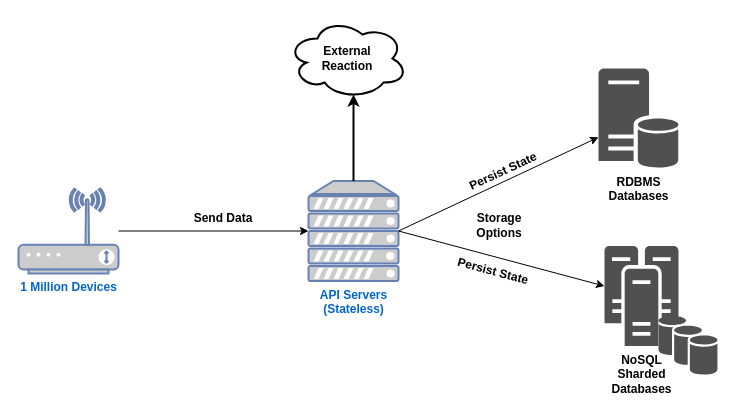
Above: page "Traditional Approach" (3 of 5) of diagrams.drawio in parameshg/orleans-prototype (draw.io), before the change. Source tidied: cells renumbered, new cells numbered last; positions are measured from the earlier drawing's top-left corner, leaving out a move shared by most shapes. Both pictures are drawn from the tidied source at 100%, with x=0, y=0 at pixel (18, 18).
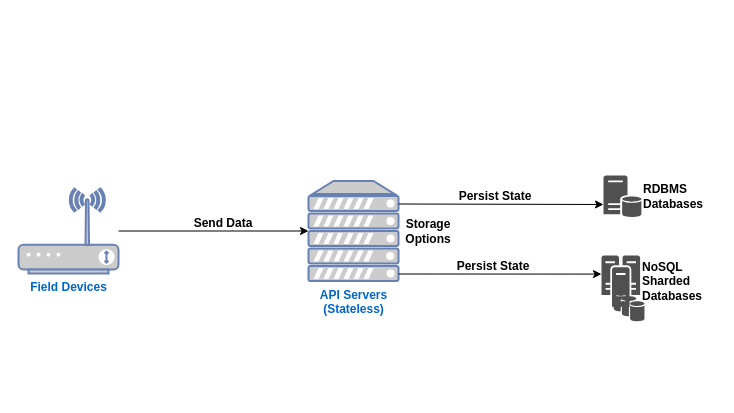
The same page after the edit.

Diff of the diagram source:
```diff
@@
 <mxGraphModel>
   <root>
     <mxCell id="0" />
     <mxCell id="1" parent="0" />
-    <mxCell id="2" value="&lt;b&gt;1 Million Devices&lt;/b&gt;" style="fontColor=#0066CC;verticalAlign=top;verticalLabelPosition=bottom;labelPosition=center;align=center;html=1;outlineConnect=0;fillColor=#CCCCCC;strokeColor=#6881B3;gradientColor=none;gradientDirection=north;strokeWidth=2;shape=mxgraph.networks.wireless_modem;" parent="1" vertex="1">
+    <mxCell id="2" value="&lt;b&gt;Field Devices&lt;/b&gt;" style="fontColor=#0066CC;verticalAlign=top;verticalLabelPosition=bottom;labelPosition=center;align=center;html=1;outlineConnect=0;fillColor=#CCCCCC;strokeColor=#6881B3;gradientColor=none;gradientDirection=north;strokeWidth=2;shape=mxgraph.networks.wireless_modem;" parent="1" vertex="1">
       <mxGeometry y="170" width="100" height="85" as="geometry" />
     </mxCell>
     <mxCell id="3" value="&lt;b&gt;API Servers&lt;br&gt;(&lt;/b&gt;&lt;b&gt;Stateless&lt;/b&gt;&lt;b&gt;)&lt;br&gt;&lt;/b&gt;" style="fontColor=#0066CC;verticalAlign=top;verticalLabelPosition=bottom;labelPosition=center;align=center;html=1;outlineConnect=0;fillColor=#CCCCCC;strokeColor=#6881B3;gradientColor=none;gradientDirection=north;strokeWidth=2;shape=mxgraph.networks.server;" parent="1" vertex="1">
       <mxGeometry x="290" y="162.5" width="90" height="100" as="geometry" />
     </mxCell>
-    <mxCell id="4" value="&lt;b&gt;RDBMS&lt;br&gt;Databases&lt;/b&gt;" style="shadow=0;dashed=0;html=1;strokeColor=none;fillColor=#505050;labelPosition=center;verticalLabelPosition=bottom;verticalAlign=top;outlineConnect=0;align=center;shape=mxgraph.office.databases.database_server;" parent="1" vertex="1">
-      <mxGeometry x="580" y="50" width="80" height="100" as="geometry" />
+    <mxCell id="4" value="&lt;b&gt;RDBMS&lt;br&gt;Databases&lt;/b&gt;" style="shadow=0;dashed=0;html=1;strokeColor=none;fillColor=#505050;labelPosition=right;verticalLabelPosition=middle;verticalAlign=middle;outlineConnect=0;align=left;shape=mxgraph.office.databases.database_server;" parent="1" vertex="1">
+      <mxGeometry x="585" y="157" width="38" height="42" as="geometry" />
     </mxCell>
-    <mxCell id="5" style="group;" parent="1" vertex="1">
-      <mxGeometry x="586" y="227.5" width="113" height="129" as="geometry" />
-    </mxCell>
-    <mxCell id="6" style="shadow=0;dashed=0;html=1;strokeColor=none;fillColor=#505050;labelPosition=center;verticalLabelPosition=bottom;verticalAlign=top;align=center;shape=mxgraph.office.databases.database_availability_group;" parent="5" vertex="1">
-      <mxGeometry x="54" y="70" width="59" height="59" as="geometry" />
-    </mxCell>
-    <mxCell id="7" value="&lt;b&gt;NoSQL&lt;br&gt;Sharded&lt;br&gt;Databases&lt;/b&gt;" style="shadow=0;dashed=0;html=1;strokeColor=none;fillColor=#505050;labelPosition=center;verticalLabelPosition=bottom;verticalAlign=top;outlineConnect=0;align=center;shape=mxgraph.office.servers.cluster_server;" parent="5" vertex="1">
-      <mxGeometry width="74" height="100" as="geometry" />
-    </mxCell>
     <mxCell id="8" style="endArrow=classic;html=1;entryX=0;entryY=0.5;entryDx=0;entryDy=0;entryPerimeter=0;" parent="1" edge="1" source="2" target="3">
       <mxGeometry relative="1" as="geometry" />
     </mxCell>
-    <mxCell id="9" style="endArrow=classic;html=1;strokeColor=#000000;exitX=1;exitY=0.5;exitDx=0;exitDy=0;exitPerimeter=0;" parent="1" edge="1" source="3" target="4">
-      <mxGeometry relative="1" as="geometry" />
+    <mxCell id="9" style="endArrow=classic;html=1;strokeColor=#000000;exitX=1;exitY=0.15;exitDx=0;exitDy=0;exitPerimeter=0;" parent="1" edge="1">
+      <mxGeometry relative="1" as="geometry">
+        <mxPoint x="380" y="185.5" as="sourcePoint" />
+        <mxPoint x="585" y="186" as="targetPoint" />
+      </mxGeometry>
     </mxCell>
-    <mxCell id="10" style="endArrow=classic;html=1;strokeColor=#000000;exitX=1;exitY=0.5;exitDx=0;exitDy=0;exitPerimeter=0;" parent="1" edge="1" source="3" target="7">
-      <mxGeometry relative="1" as="geometry" />
+    <mxCell id="10" style="endArrow=classic;html=1;strokeColor=#000000;exitX=1;exitY=1;exitDx=0;exitDy=0;exitPerimeter=0;" parent="1" edge="1">
+      <mxGeometry relative="1" as="geometry">
+        <mxPoint x="380" y="255.5" as="sourcePoint" />
+        <mxPoint x="583" y="255.6" as="targetPoint" />
+      </mxGeometry>
     </mxCell>
-    <mxCell id="11" value="&lt;b&gt;External&lt;br&gt;Reaction&lt;/b&gt;" style="ellipse;shape=cloud;whiteSpace=wrap;html=1;strokeWidth=2;" parent="1" vertex="1">
-      <mxGeometry x="269" width="120" height="80" as="geometry" />
-    </mxCell>
-    <mxCell id="12" style="endArrow=classic;html=1;strokeColor=#000000;exitX=0.5;exitY=0;exitDx=0;exitDy=0;exitPerimeter=0;entryX=0.55;entryY=0.95;entryDx=0;entryDy=0;entryPerimeter=0;strokeWidth=2;" parent="1" edge="1" source="3" target="11">
-      <mxGeometry relative="1" as="geometry" />
-    </mxCell>
     <mxCell id="13" value="Send Data" style="text;html=1;strokeColor=none;fillColor=none;align=center;verticalAlign=middle;whiteSpace=wrap;rounded=0;fontStyle=1;" parent="1" vertex="1">
-      <mxGeometry x="170" y="190" width="70" height="20" as="geometry" />
+      <mxGeometry x="170" y="195" width="70" height="20" as="geometry" />
     </mxCell>
     <mxCell id="14" value="Storage&lt;br&gt;Options" style="text;html=1;strokeColor=none;fillColor=none;align=center;verticalAlign=middle;whiteSpace=wrap;rounded=0;fontStyle=1;" parent="1" vertex="1">
-      <mxGeometry x="461" y="196.5" width="40" height="20" as="geometry" />
+      <mxGeometry x="390" y="202.5" width="40" height="20" as="geometry" />
     </mxCell>
-    <mxCell id="15" value="Persist State" style="text;html=1;strokeColor=none;fillColor=none;align=center;verticalAlign=middle;whiteSpace=wrap;rounded=0;rotation=-25;fontStyle=1;" parent="1" vertex="1">
-      <mxGeometry x="440" y="143" width="90" height="20" as="geometry" />
+    <mxCell id="15" value="Persist State" style="text;html=1;strokeColor=none;fillColor=none;align=center;verticalAlign=middle;whiteSpace=wrap;rounded=0;rotation=0;fontStyle=1;" parent="1" vertex="1">
+      <mxGeometry x="432" y="168" width="90" height="20" as="geometry" />
     </mxCell>
-    <mxCell id="16" value="Persist State" style="text;html=1;strokeColor=none;fillColor=none;align=center;verticalAlign=middle;whiteSpace=wrap;rounded=0;rotation=15;fontStyle=1;" parent="1" vertex="1">
-      <mxGeometry x="430" y="242.5" width="90" height="20" as="geometry" />
+    <mxCell id="16" value="Persist State" style="text;html=1;strokeColor=none;fillColor=none;align=center;verticalAlign=middle;whiteSpace=wrap;rounded=0;rotation=0;fontStyle=1;" parent="1" vertex="1">
+      <mxGeometry x="430" y="237.5" width="90" height="20" as="geometry" />
     </mxCell>
+    <mxCell id="6" style="shadow=0;dashed=0;html=1;strokeColor=none;fillColor=#505050;labelPosition=right;verticalLabelPosition=middle;verticalAlign=middle;align=left;shape=mxgraph.office.databases.database_availability_group;" parent="1" vertex="1">
+      <mxGeometry x="595.2" y="272.8" width="30.8" height="30.2" as="geometry" />
+    </mxCell>
+    <mxCell id="7" value="&lt;b&gt;NoSQL&lt;br&gt;Sharded&lt;br&gt;Databases&lt;/b&gt;" style="shadow=0;dashed=0;html=1;strokeColor=none;fillColor=#505050;labelPosition=right;verticalLabelPosition=middle;verticalAlign=middle;outlineConnect=0;align=left;shape=mxgraph.office.servers.cluster_server;" parent="1" vertex="1">
+      <mxGeometry x="583" y="237" width="38.6" height="51.2" as="geometry" />
+    </mxCell>
   </root>
 </mxGraphModel>
```
